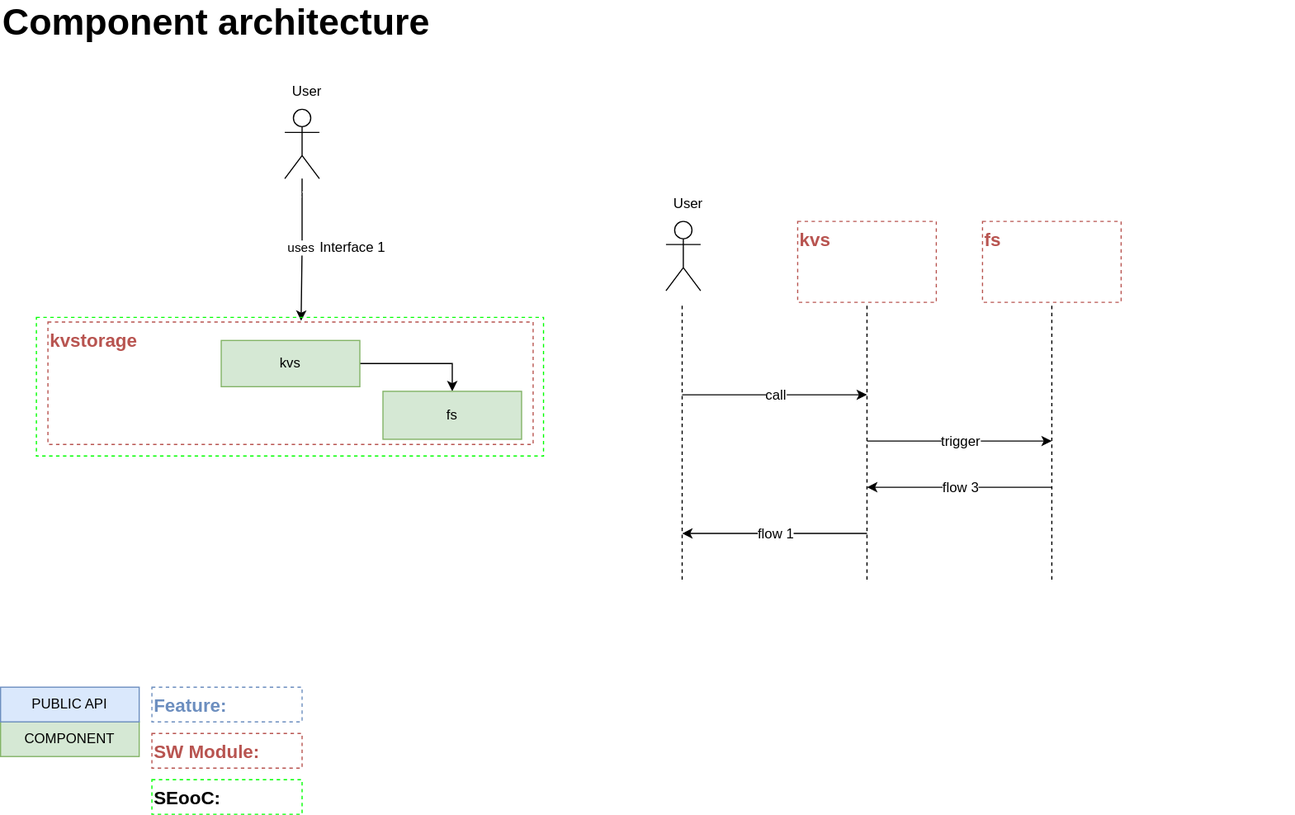
Before: pr-20/_images/safety_analysis_component.drawio.svg, a diagram exported from draw.io (eclipse-score/process_description). Source tidied: cells renumbered, new cells last; positions are measured from the earlier drawing's top-left corner, leaving out a move shared by most shapes. Source of this version:
```xml
<mxGraphModel>
  <root>
    <mxCell id="0" />
    <mxCell id="1" parent="0" />
    <mxCell id="2" value="uses" style="edgeStyle=orthogonalEdgeStyle;rounded=0;jettySize=auto;html=1;entryX=0.522;entryY=0.025;entryDx=0;entryDy=0;entryPerimeter=0;" parent="1" edge="1" source="3" target="9">
      <mxGeometry x="-0.02" relative="1" as="geometry" />
    </mxCell>
    <mxCell id="3" value="Actor" style="shape=umlActor;verticalLabelPosition=bottom;verticalAlign=top;outlineConnect=0;html=1;fontColor=#ffffff;" parent="1" vertex="1">
      <mxGeometry x="246" y="90" width="30" height="60" as="geometry" />
    </mxCell>
    <mxCell id="4" value="User" style="text;html=1;align=center;verticalAlign=middle;strokeColor=none;fillColor=none;" parent="1" vertex="1">
      <mxGeometry x="240" y="60" width="50" height="30" as="geometry" />
    </mxCell>
    <mxCell id="5" value="kvstorage" style="rounded=0;whiteSpace=wrap;html=1;fillColor=none;dashed=1;strokeColor=#b85450;align=left;verticalAlign=top;fontColor=#B85450;fontSize=16;fontStyle=1;" parent="1" vertex="1">
      <mxGeometry x="41" y="274" width="420" height="106" as="geometry" />
    </mxCell>
    <mxCell id="6" style="endArrow=classic;html=1;rounded=0;exitX=1;exitY=0.5;exitDx=0;exitDy=0;entryX=0.5;entryY=0;entryDx=0;entryDy=0;" parent="1" edge="1" source="8" target="7">
      <mxGeometry relative="1" as="geometry">
        <Array as="points">
          <mxPoint x="391" y="310" />
        </Array>
      </mxGeometry>
    </mxCell>
    <mxCell id="7" value="fs" style="rounded=0;whiteSpace=wrap;html=1;fillColor=#d5e8d4;strokeColor=#82b366;" parent="1" vertex="1">
      <mxGeometry x="331" y="334" width="120" height="41.5" as="geometry" />
    </mxCell>
    <mxCell id="8" value="kvs" style="rounded=0;whiteSpace=wrap;html=1;fillColor=#d5e8d4;strokeColor=#82b366;" parent="1" vertex="1">
      <mxGeometry x="191" y="290" width="120" height="40" as="geometry" />
    </mxCell>
    <mxCell id="9" style="rounded=0;whiteSpace=wrap;html=1;fillColor=none;dashed=1;strokeColor=#00FF00;align=left;verticalAlign=top;fontColor=#B85450;fontSize=16;fontStyle=1;" parent="1" vertex="1">
      <mxGeometry x="31" y="270" width="439" height="120" as="geometry" />
    </mxCell>
    <mxCell id="10" value="Component architecture" style="text;html=1;align=left;verticalAlign=middle;whiteSpace=wrap;rounded=0;fontSize=32;fontStyle=1;labelPosition=center;verticalLabelPosition=middle;" parent="1" vertex="1">
      <mxGeometry width="1120" height="30" as="geometry" />
    </mxCell>
    <mxCell id="11" value="COMPONENT" style="rounded=0;whiteSpace=wrap;html=1;fillColor=#d5e8d4;strokeColor=#82b366;" parent="1" vertex="1">
      <mxGeometry y="620" width="120" height="30" as="geometry" />
    </mxCell>
    <mxCell id="12" value="PUBLIC API" style="rounded=0;whiteSpace=wrap;html=1;fillColor=#dae8fc;strokeColor=#6c8ebf;" parent="1" vertex="1">
      <mxGeometry y="590" width="120" height="30" as="geometry" />
    </mxCell>
    <mxCell id="13" value="SW Module:&amp;nbsp;" style="rounded=0;whiteSpace=wrap;html=1;fillColor=none;dashed=1;strokeColor=#b85450;align=left;verticalAlign=top;fontColor=#B85450;fontSize=16;fontStyle=1;" parent="1" vertex="1">
      <mxGeometry x="131" y="630" width="130" height="30" as="geometry" />
    </mxCell>
    <mxCell id="14" value="Feature:&amp;nbsp;" style="rounded=0;whiteSpace=wrap;html=1;fillColor=none;dashed=1;strokeColor=#6C8EBF;align=left;verticalAlign=top;fontSize=16;fontStyle=1;fontColor=#6C8EBF;" parent="1" vertex="1">
      <mxGeometry x="131" y="590" width="130" height="30" as="geometry" />
    </mxCell>
    <mxCell id="15" value="&lt;font color=&quot;#000000&quot;&gt;SEooC:&lt;/font&gt;" style="rounded=0;whiteSpace=wrap;html=1;fillColor=none;dashed=1;strokeColor=#00FF00;align=left;verticalAlign=top;fontColor=#B85450;fontSize=16;fontStyle=1;" parent="1" vertex="1">
      <mxGeometry x="131" y="670" width="130" height="30" as="geometry" />
    </mxCell>
    <mxCell id="16" value="kvs" style="rounded=0;whiteSpace=wrap;html=1;fillColor=none;dashed=1;strokeColor=#b85450;align=left;verticalAlign=top;fontColor=#B85450;fontSize=16;fontStyle=1;" parent="1" vertex="1">
      <mxGeometry x="690" y="187" width="120" height="70" as="geometry" />
    </mxCell>
    <mxCell id="17" value="fs" style="rounded=0;whiteSpace=wrap;html=1;fillColor=none;dashed=1;strokeColor=#b85450;align=left;verticalAlign=top;fontColor=#B85450;fontSize=16;fontStyle=1;" parent="1" vertex="1">
      <mxGeometry x="850" y="187" width="120" height="70" as="geometry" />
    </mxCell>
    <mxCell id="18" value="Actor" style="shape=umlActor;verticalLabelPosition=bottom;verticalAlign=top;html=1;fontColor=#ffffff;" parent="1" vertex="1">
      <mxGeometry x="576" y="187" width="30" height="60" as="geometry" />
    </mxCell>
    <mxCell id="19" value="User" style="text;html=1;align=center;verticalAlign=middle;strokeColor=none;fillColor=none;" parent="1" vertex="1">
      <mxGeometry x="570" y="157" width="50" height="30" as="geometry" />
    </mxCell>
    <mxCell id="20" style="endArrow=none;dashed=1;html=1;" parent="1" edge="1">
      <mxGeometry relative="1" as="geometry">
        <mxPoint x="590" y="497" as="sourcePoint" />
        <mxPoint x="590" y="257" as="targetPoint" />
      </mxGeometry>
    </mxCell>
    <mxCell id="21" style="endArrow=none;dashed=1;html=1;entryX=0.5;entryY=1;entryDx=0;entryDy=0;" parent="1" edge="1" target="16">
      <mxGeometry relative="1" as="geometry">
        <mxPoint x="750" y="497" as="sourcePoint" />
      </mxGeometry>
    </mxCell>
    <mxCell id="22" style="endArrow=none;dashed=1;html=1;entryX=0.5;entryY=1;entryDx=0;entryDy=0;" parent="1" edge="1" target="17">
      <mxGeometry relative="1" as="geometry">
        <mxPoint x="910" y="497" as="sourcePoint" />
      </mxGeometry>
    </mxCell>
    <mxCell id="23" style="endArrow=classic;html=1;fontSize=12;" parent="1" edge="1">
      <mxGeometry relative="1" as="geometry">
        <mxPoint x="590" y="337" as="sourcePoint" />
        <mxPoint x="750" y="337" as="targetPoint" />
      </mxGeometry>
    </mxCell>
    <mxCell id="24" value="call" style="edgeLabel;html=1;align=center;verticalAlign=middle;fontSize=12;" parent="23" vertex="1">
      <mxGeometry x="0.14" y="-3" relative="1" as="geometry">
        <mxPoint x="-11" y="-3" as="offset" />
      </mxGeometry>
    </mxCell>
    <mxCell id="25" style="endArrow=classic;html=1;fontSize=12;" parent="1" edge="1">
      <mxGeometry relative="1" as="geometry">
        <mxPoint x="750" y="377" as="sourcePoint" />
        <mxPoint x="910" y="377" as="targetPoint" />
      </mxGeometry>
    </mxCell>
    <mxCell id="26" value="trigger" style="edgeLabel;html=1;align=center;verticalAlign=middle;fontSize=12;" parent="25" vertex="1">
      <mxGeometry x="0.14" y="-3" relative="1" as="geometry">
        <mxPoint x="-11" y="-3" as="offset" />
      </mxGeometry>
    </mxCell>
    <mxCell id="27" style="endArrow=classic;html=1;fontSize=12;" parent="1" edge="1">
      <mxGeometry relative="1" as="geometry">
        <mxPoint x="910" y="417" as="sourcePoint" />
        <mxPoint x="750" y="417" as="targetPoint" />
      </mxGeometry>
    </mxCell>
    <mxCell id="28" value="flow 3" style="edgeLabel;html=1;align=center;verticalAlign=middle;fontSize=12;" parent="27" vertex="1">
      <mxGeometry x="0.14" y="-3" relative="1" as="geometry">
        <mxPoint x="11" y="3" as="offset" />
      </mxGeometry>
    </mxCell>
    <mxCell id="29" style="endArrow=classic;html=1;fontSize=12;" parent="1" edge="1">
      <mxGeometry relative="1" as="geometry">
        <mxPoint x="750" y="457" as="sourcePoint" />
        <mxPoint x="590" y="457" as="targetPoint" />
      </mxGeometry>
    </mxCell>
    <mxCell id="30" value="flow 1" style="edgeLabel;html=1;align=center;verticalAlign=middle;fontSize=12;" parent="29" vertex="1">
      <mxGeometry x="0.14" y="-3" relative="1" as="geometry">
        <mxPoint x="11" y="3" as="offset" />
      </mxGeometry>
    </mxCell>
    <mxCell id="31" value="Interface 1" style="text;html=1;align=center;verticalAlign=middle;whiteSpace=wrap;rounded=0;fontSize=12;" parent="1" vertex="1">
      <mxGeometry x="275" y="195" width="60" height="30" as="geometry" />
    </mxCell>
  </root>
</mxGraphModel>
```
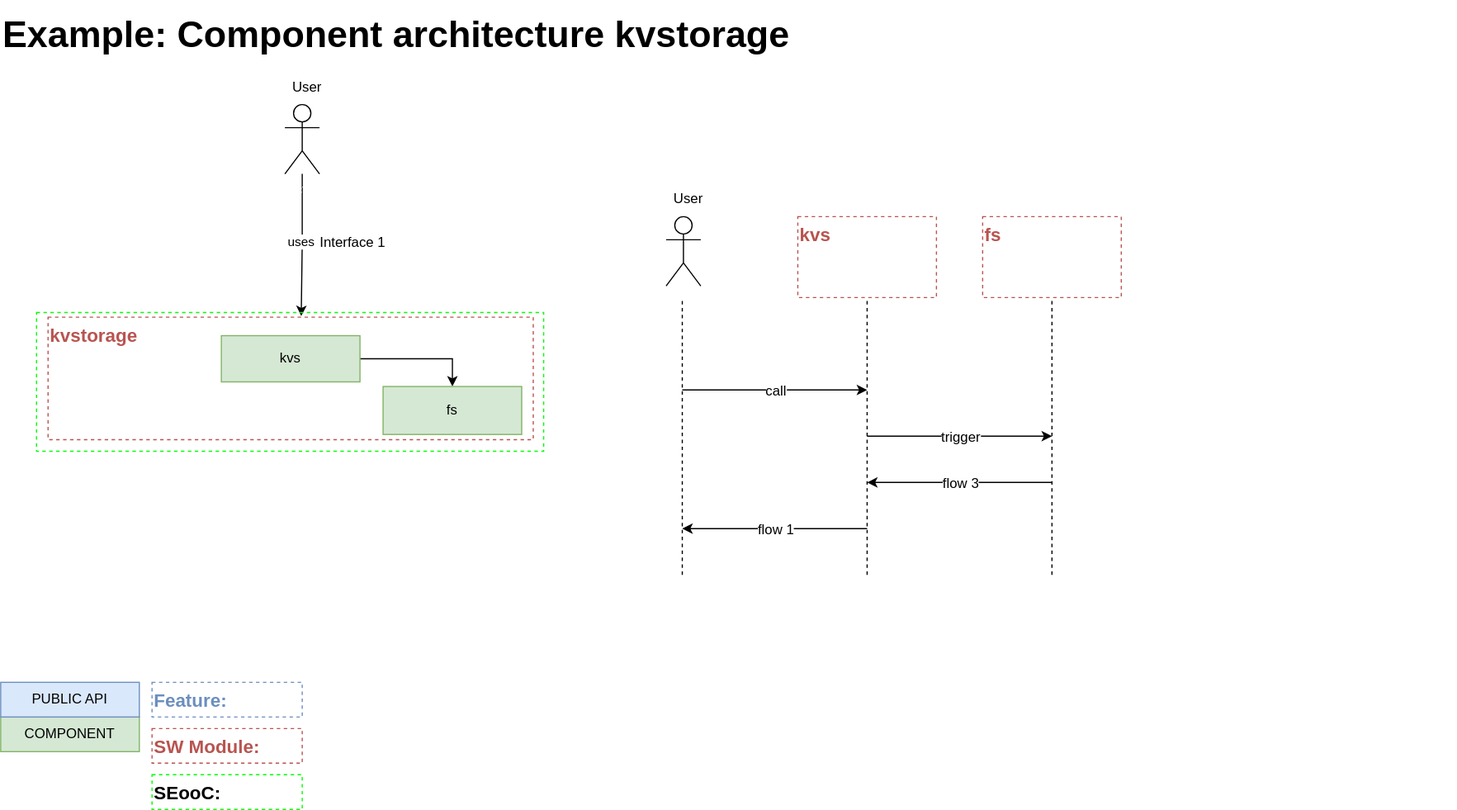
Above is the later version.

Diff of the diagram source:
```diff
@@ -30,8 +30,8 @@
     <mxCell id="9" style="rounded=0;whiteSpace=wrap;html=1;fillColor=none;dashed=1;strokeColor=#00FF00;align=left;verticalAlign=top;fontColor=#B85450;fontSize=16;fontStyle=1;" parent="1" vertex="1">
       <mxGeometry x="31" y="270" width="439" height="120" as="geometry" />
     </mxCell>
-    <mxCell id="10" value="Component architecture" style="text;html=1;align=left;verticalAlign=middle;whiteSpace=wrap;rounded=0;fontSize=32;fontStyle=1;labelPosition=center;verticalLabelPosition=middle;" parent="1" vertex="1">
-      <mxGeometry width="1120" height="30" as="geometry" />
+    <mxCell id="10" value="Example: Component architecture kvstorage" style="text;html=1;align=left;verticalAlign=middle;whiteSpace=wrap;rounded=0;fontSize=32;fontStyle=1;labelPosition=center;verticalLabelPosition=middle;" parent="1" vertex="1">
+      <mxGeometry width="1260" height="60" as="geometry" />
     </mxCell>
     <mxCell id="11" value="COMPONENT" style="rounded=0;whiteSpace=wrap;html=1;fillColor=#d5e8d4;strokeColor=#82b366;" parent="1" vertex="1">
       <mxGeometry y="620" width="120" height="30" as="geometry" />
```
